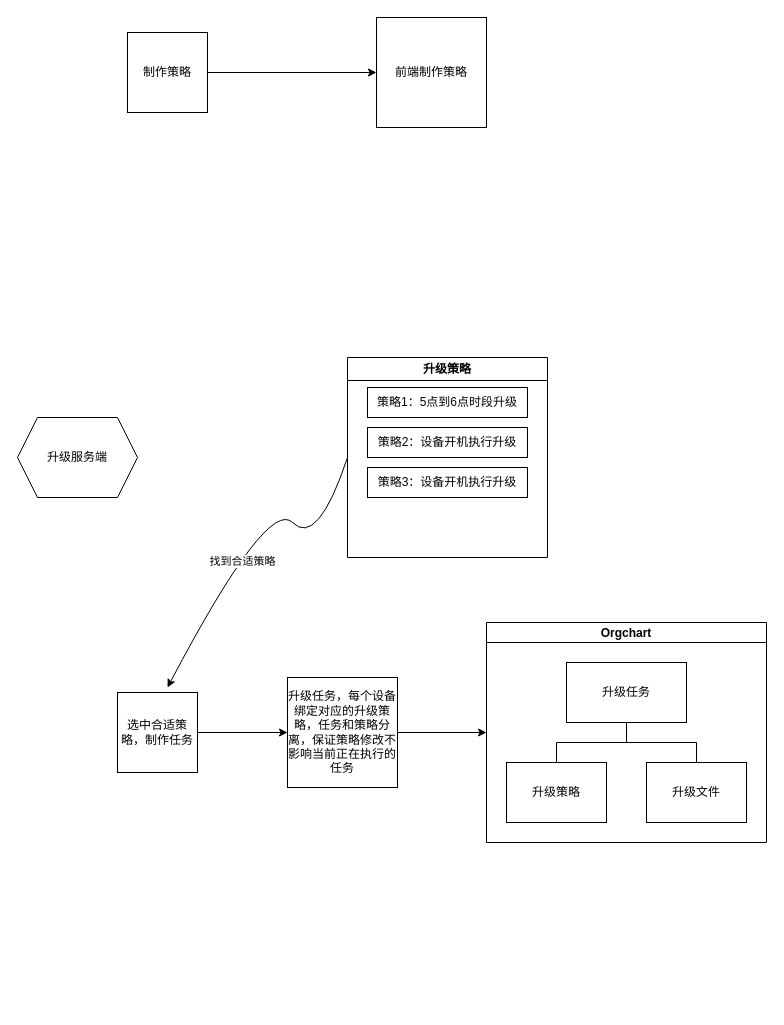
Earlier version of the draw.io diagram 未命名绘图.drawio (yupeng2015/draw). Source tidied: cells renumbered, new cells numbered last; positions are measured from the earlier drawing's top-left corner, leaving out a move shared by most shapes. Both pictures are drawn from the tidied source at 100%, with x=0, y=0 at pixel (17, 17).
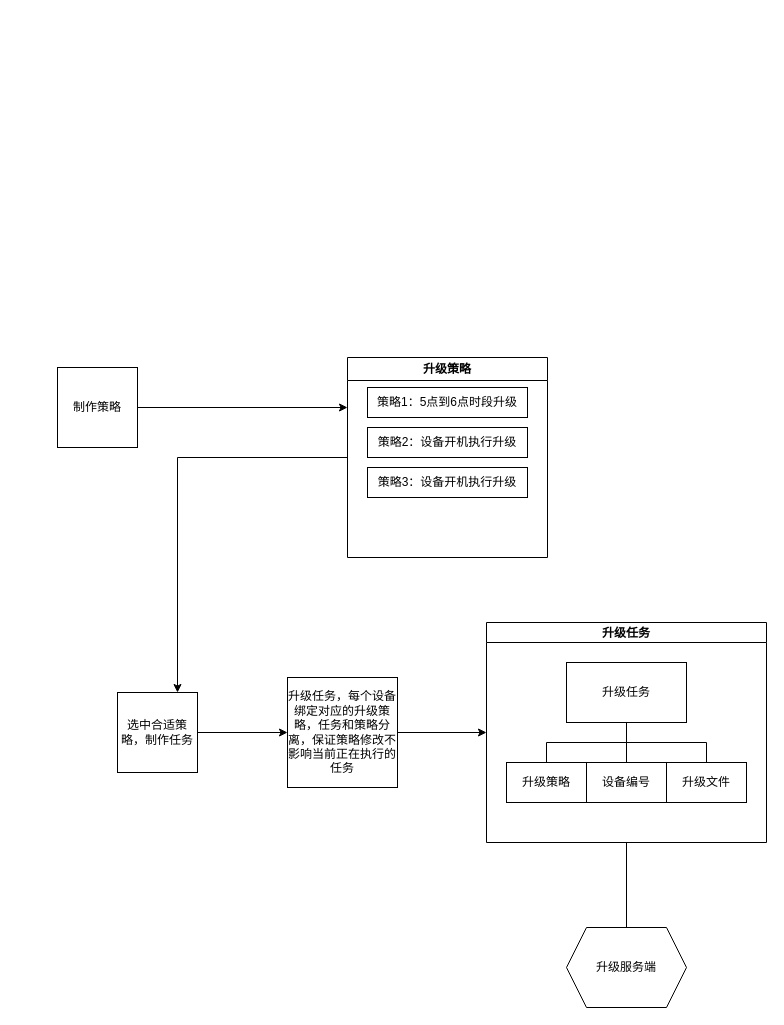
Above is the later version.

Commit message:
更新未命名绘图.drawio

Unchanged cells that the change refers to:
```xml
<mxCell id="2" value="升级策略" style="swimlane;whiteSpace=wrap;html=1;" parent="1" vertex="1">
  <mxGeometry x="330" y="340" width="200" height="200" as="geometry" />
</mxCell>
<mxCell id="11" value="选中合适策略，制作任务" style="whiteSpace=wrap;html=1;" parent="1" vertex="1">
  <mxGeometry x="100" y="675" width="80" height="80" as="geometry" />
</mxCell>
<mxCell id="19" value="升级任务" style="whiteSpace=wrap;html=1;align=center;newEdgeStyle={&quot;edgeStyle&quot;:&quot;elbowEdgeStyle&quot;,&quot;startArrow&quot;:&quot;none&quot;,&quot;endArrow&quot;:&quot;none&quot;};" parent="16" vertex="1">
  <mxGeometry x="80" y="40" width="120" height="60" as="geometry" />
</mxCell>
```

The edit, as a diff of the source:
```diff
@@
+    <mxCell id="22" style="edgeStyle=orthogonalEdgeStyle;rounded=0;jettySize=auto;html=1;entryX=0.75;entryY=0;entryDx=0;entryDy=0;" parent="1" edge="1" source="2" target="11">
+      <mxGeometry relative="1" as="geometry" />
+    </mxCell>
@@
-    <mxCell id="6" value="前端制作策略" style="whiteSpace=wrap;html=1;" parent="1" vertex="1">
-      <mxGeometry x="359" width="110" height="110" as="geometry" />
-    </mxCell>
     <mxCell id="7" value="升级服务端" style="shape=hexagon;perimeter=hexagonPerimeter2;whiteSpace=wrap;html=1;fixedSize=1;" parent="1" vertex="1">
-      <mxGeometry y="400" width="120" height="80" as="geometry" />
+      <mxGeometry x="549" y="910" width="120" height="80" as="geometry" />
     </mxCell>
-    <mxCell id="8" style="edgeStyle=orthogonalEdgeStyle;rounded=0;jettySize=auto;html=1;exitX=1;exitY=0.5;exitDx=0;exitDy=0;" parent="1" edge="1" source="9" target="6">
-      <mxGeometry relative="1" as="geometry" />
-    </mxCell>
-    <mxCell id="9" value="制作策略" style="whiteSpace=wrap;html=1;" parent="1" vertex="1">
-      <mxGeometry x="110" y="15" width="80" height="80" as="geometry" />
-    </mxCell>
@@
-    <mxCell id="14" style="curved=1;endArrow=classic;html=1;rounded=0;exitX=0;exitY=0.5;exitDx=0;exitDy=0;" parent="1" edge="1" source="2">
-      <mxGeometry relative="1" as="geometry">
-        <mxPoint x="150" y="670" as="targetPoint" />
-        <Array as="points">
-          <mxPoint x="300" y="530" />
-          <mxPoint x="250" y="480" />
-        </Array>
-      </mxGeometry>
-    </mxCell>
-    <mxCell id="15" value="找到合适策略" style="edgeLabel;html=1;align=center;verticalAlign=middle;" parent="14" vertex="1">
-      <mxGeometry x="0.23" y="7" relative="1" as="geometry" />
-    </mxCell>
+    <mxCell id="23" style="edgeStyle=elbowEdgeStyle;rounded=0;jettySize=auto;html=1;startArrow=none;endArrow=none;entryX=0.5;entryY=0;entryDx=0;entryDy=0;horizontal=1;" parent="1" edge="1" source="16" target="7">
+      <mxGeometry relative="1" as="geometry" />
+    </mxCell>
-    <mxCell id="16" value="Orgchart" style="swimlane;startSize=20;horizontal=1;containerType=tree;newEdgeStyle={&quot;edgeStyle&quot;:&quot;elbowEdgeStyle&quot;,&quot;startArrow&quot;:&quot;none&quot;,&quot;endArrow&quot;:&quot;none&quot;};" parent="1" vertex="1">
+    <mxCell id="16" value="升级任务" style="swimlane;startSize=20;horizontal=1;containerType=tree;newEdgeStyle={&quot;edgeStyle&quot;:&quot;elbowEdgeStyle&quot;,&quot;startArrow&quot;:&quot;none&quot;,&quot;endArrow&quot;:&quot;none&quot;};" parent="1" vertex="1">
       <mxGeometry x="469" y="605" width="280" height="220" as="geometry" />
     </mxCell>
@@
     <mxCell id="20" value="升级策略" style="whiteSpace=wrap;html=1;align=center;verticalAlign=middle;newEdgeStyle={&quot;edgeStyle&quot;:&quot;elbowEdgeStyle&quot;,&quot;startArrow&quot;:&quot;none&quot;,&quot;endArrow&quot;:&quot;none&quot;};" parent="16" vertex="1">
-      <mxGeometry x="20" y="140" width="100" height="60" as="geometry" />
+      <mxGeometry x="20" y="140" width="80" height="40" as="geometry" />
     </mxCell>
     <mxCell id="21" value="升级文件" style="whiteSpace=wrap;html=1;align=center;verticalAlign=middle;newEdgeStyle={&quot;edgeStyle&quot;:&quot;elbowEdgeStyle&quot;,&quot;startArrow&quot;:&quot;none&quot;,&quot;endArrow&quot;:&quot;none&quot;};" parent="16" vertex="1">
-      <mxGeometry x="160" y="140" width="100" height="60" as="geometry" />
+      <mxGeometry x="180" y="140" width="80" height="40" as="geometry" />
     </mxCell>
+    <mxCell id="24" style="edgeStyle=elbowEdgeStyle;elbow=vertical;sourcePerimeterSpacing=0;targetPerimeterSpacing=0;startArrow=none;endArrow=none;rounded=0;curved=0;" parent="16" edge="1" source="19" target="25">
+      <mxGeometry relative="1" as="geometry" />
+    </mxCell>
+    <mxCell id="25" value="设备编号" style="whiteSpace=wrap;html=1;align=center;verticalAlign=middle;newEdgeStyle={&quot;edgeStyle&quot;:&quot;elbowEdgeStyle&quot;,&quot;startArrow&quot;:&quot;none&quot;,&quot;endArrow&quot;:&quot;none&quot;};" parent="16" vertex="1">
+      <mxGeometry x="100" y="140" width="80" height="40" as="geometry" />
+    </mxCell>
+    <mxCell id="26" style="edgeStyle=orthogonalEdgeStyle;rounded=0;jettySize=auto;html=1;entryX=0;entryY=0.25;entryDx=0;entryDy=0;" parent="1" edge="1" source="9" target="2">
+      <mxGeometry relative="1" as="geometry" />
+    </mxCell>
+    <mxCell id="9" value="制作策略" style="whiteSpace=wrap;html=1;" parent="1" vertex="1">
+      <mxGeometry x="40" y="350" width="80" height="80" as="geometry" />
+    </mxCell>
```
